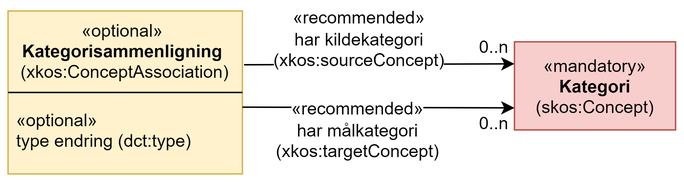
Before: docs/images/KlassenKategorisammenligning.png, a diagram exported from draw.io (Informasjonsforvaltning/xkos-ap-no). Source tidied: cells renumbered, new cells last; positions are measured from the earlier drawing's top-left corner, leaving out a move shared by most shapes.
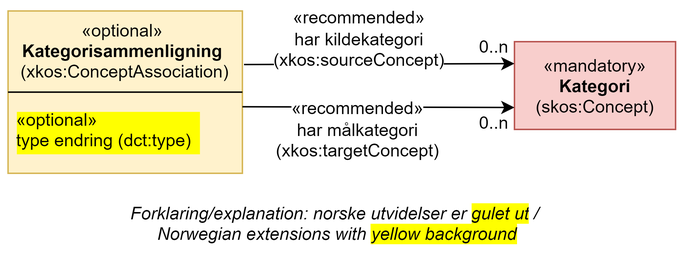
The same file after the commit.

What changed in the source:
```diff
@@ -28,11 +28,14 @@
     <mxCell id="9" value="0..n" style="text;html=1;strokeColor=none;fillColor=none;align=center;verticalAlign=middle;whiteSpace=wrap;rounded=0;rotation=0;fontFamily=Helvetica;fontSize=12;" parent="1" vertex="1">
       <mxGeometry x="313.9" y="66" width="35.8" height="20" as="geometry" />
     </mxCell>
-    <mxCell id="10" value="«optional» &#10;type endring (dct:type) &#10;" style="text;strokeColor=none;fillColor=none;align=left;verticalAlign=top;spacingLeft=4;spacingRight=4;overflow=hidden;fontFamily=Helvetica;fontSize=12;" parent="1" vertex="1">
+    <mxCell id="10" value="«optional» &#10;type endring (dct:type) " style="text;strokeColor=none;fillColor=none;align=left;verticalAlign=top;spacingLeft=4;spacingRight=4;overflow=hidden;fontFamily=Helvetica;fontSize=12;labelBackgroundColor=#FFFF00;" parent="1" vertex="1">
       <mxGeometry y="61" width="149.4" height="46" as="geometry" />
     </mxCell>
     <mxCell id="11" style="line;strokeWidth=1;fillColor=none;align=left;verticalAlign=middle;spacingTop=-1;spacingLeft=3;spacingRight=3;labelPosition=right;fontFamily=Helvetica;fontSize=12;" parent="1" vertex="1">
       <mxGeometry y="51.5" width="160" height="8" as="geometry" />
     </mxCell>
+    <mxCell id="12" value="Forklaring/explanation: norske utvidelser er&amp;nbsp;&lt;span style=&quot;background-color: rgb(255 , 255 , 0)&quot;&gt;gulet ut&lt;/span&gt;&lt;span style=&quot;background-color: rgb(255 , 255 , 255)&quot;&gt;&amp;nbsp;/ &lt;br&gt;Norwegian extensions with &lt;/span&gt;&lt;span style=&quot;background-color: rgb(255 , 255 , 0)&quot;&gt;yellow background&lt;/span&gt;" style="text;html=1;strokeColor=none;fillColor=none;align=center;verticalAlign=middle;whiteSpace=wrap;rounded=0;fontStyle=2;" parent="1" vertex="1">
+      <mxGeometry x="70" y="130" width="310" height="30" as="geometry" />
+    </mxCell>
   </root>
 </mxGraphModel>
```
